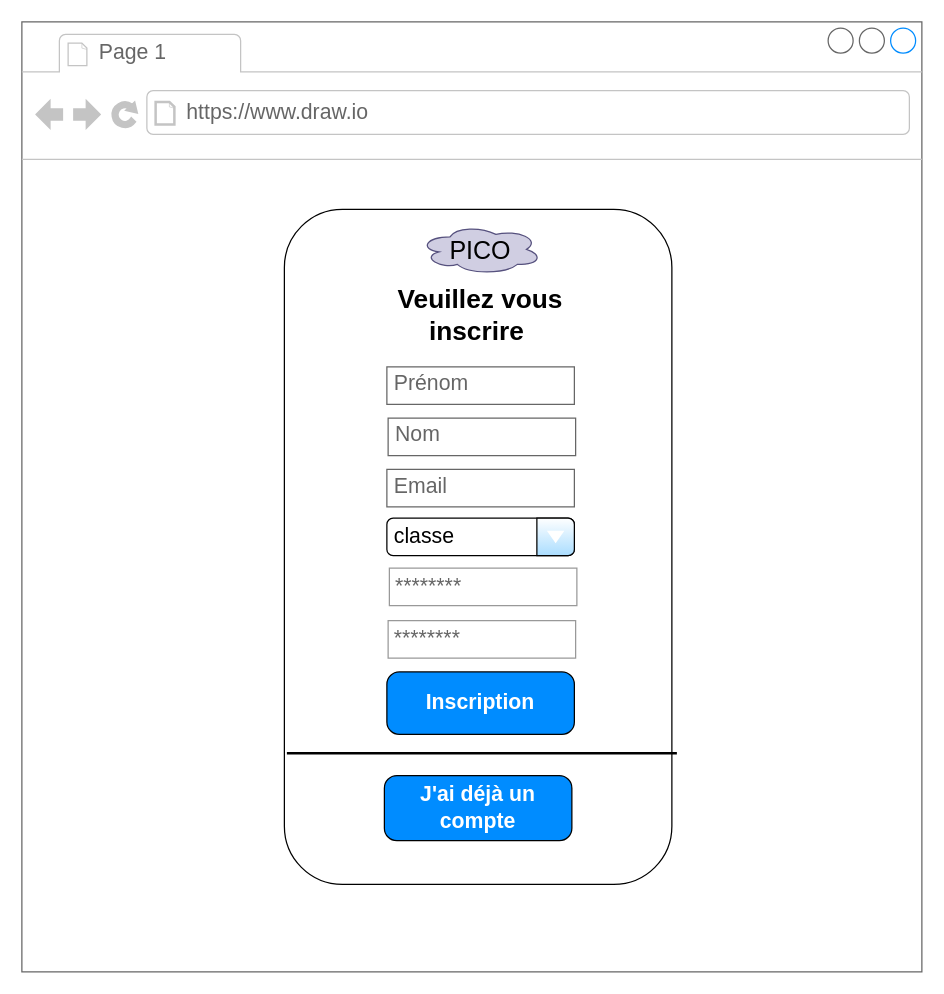
Earlier version of the draw.io diagram page "Page-1" (1 of 2) of document/maquettes_html/register.drawio (fabrice1618/pico). Source tidied: cells renumbered, new cells numbered last; positions are measured from the earlier drawing's top-left corner, leaving out a move shared by most shapes. Both pictures are drawn from the tidied source at 125%, with x=0, y=0 at pixel (21, 21).
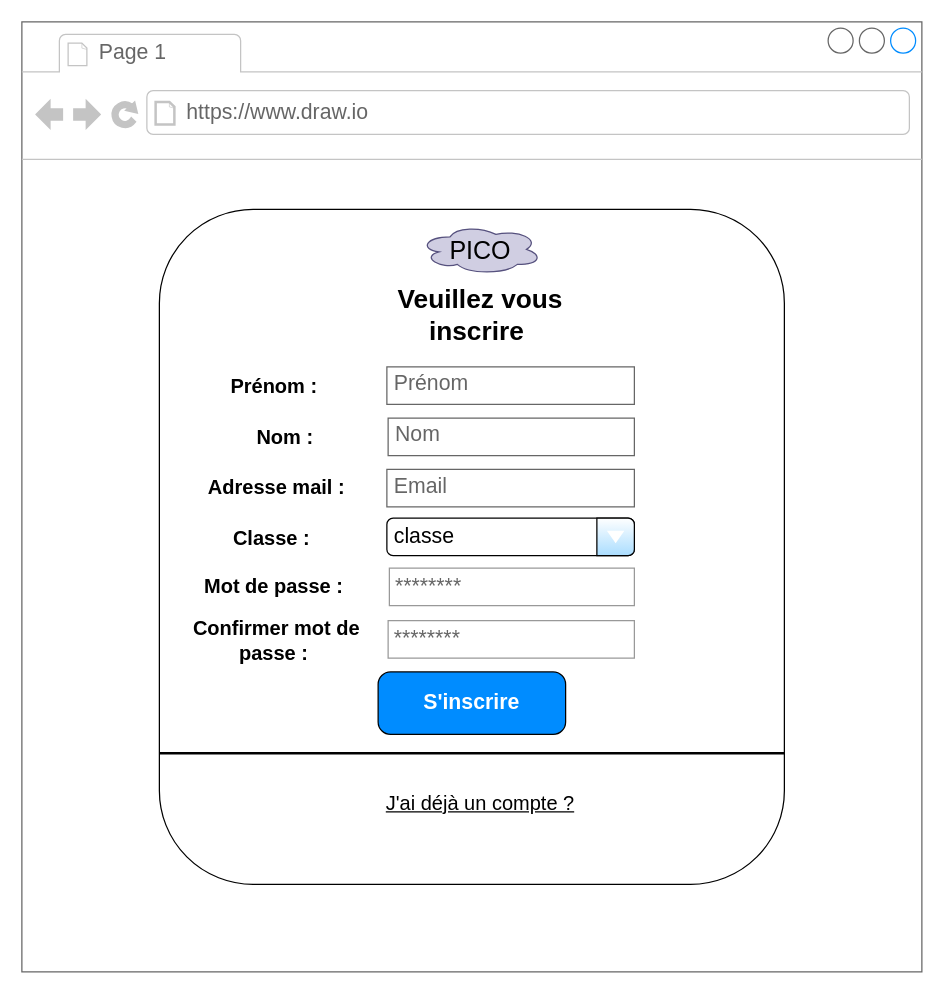
Above is the later version.

What changed in the source:
```diff
@@
     <mxCell id="5" style="rounded=1;whiteSpace=wrap;html=1;" parent="1" vertex="1">
-      <mxGeometry x="210" y="150" width="310" height="540" as="geometry" />
+      <mxGeometry x="110" y="150" width="500" height="540" as="geometry" />
     </mxCell>
     <mxCell id="6" value="classe" style="strokeWidth=1;shadow=0;dashed=0;align=center;html=1;shape=mxgraph.mockup.forms.comboBox;align=left;fillColor2=#aaddff;mainText=;fontSize=17;spacingLeft=3;strokeColor=#000000;fontColor=#000000;labelBackgroundColor=#FFFFFF;labelBorderColor=#FFFFFF;gradientColor=#FFFFFF;" parent="1" vertex="1">
-      <mxGeometry x="292" y="397" width="150" height="30" as="geometry" />
+      <mxGeometry x="292" y="397" width="198" height="30" as="geometry" />
     </mxCell>
     <mxCell id="7" value="Prénom" style="strokeWidth=1;shadow=0;dashed=0;align=center;html=1;shape=mxgraph.mockup.text.textBox;fontColor=#666666;align=left;fontSize=17;spacingLeft=4;spacingTop=-3;whiteSpace=wrap;strokeColor=#666666;mainText=;" parent="1" vertex="1">
-      <mxGeometry x="292" y="276" width="150" height="30" as="geometry" />
+      <mxGeometry x="292" y="276" width="198" height="30" as="geometry" />
     </mxCell>
     <mxCell id="8" value="Nom" style="strokeWidth=1;shadow=0;dashed=0;align=center;html=1;shape=mxgraph.mockup.text.textBox;fontColor=#666666;align=left;fontSize=17;spacingLeft=4;spacingTop=-3;whiteSpace=wrap;strokeColor=#666666;mainText=;" parent="1" vertex="1">
-      <mxGeometry x="293" y="317" width="150" height="30" as="geometry" />
+      <mxGeometry x="293" y="317" width="197" height="30" as="geometry" />
     </mxCell>
     <mxCell id="9" value="********" style="strokeWidth=1;shadow=0;dashed=0;align=center;html=1;shape=mxgraph.mockup.forms.pwField;strokeColor=#999999;mainText=;align=left;fontColor=#666666;fontSize=17;spacingLeft=3;" parent="1" vertex="1">
-      <mxGeometry x="294" y="437" width="150" height="30" as="geometry" />
+      <mxGeometry x="294" y="437" width="196" height="30" as="geometry" />
     </mxCell>
-    <mxCell id="10" value="J'ai déjà un compte" style="strokeWidth=1;shadow=0;dashed=0;align=center;html=1;shape=mxgraph.mockup.buttons.button;mainText=;buttonStyle=round;fontSize=17;fontStyle=1;whiteSpace=wrap;fontColor=#FFFFFF;labelBackgroundColor=none;labelBorderColor=none;fillColor=#008CFF;" parent="1" vertex="1">
-      <mxGeometry x="290" y="603" width="150" height="52" as="geometry" />
-    </mxCell>
@@
-    <mxCell id="12" value="Inscription" style="strokeWidth=1;shadow=0;dashed=0;align=center;html=1;shape=mxgraph.mockup.buttons.button;mainText=;buttonStyle=round;fontSize=17;fontStyle=1;whiteSpace=wrap;fillColor=#008CFF;fontColor=#FFFFFF;" parent="1" vertex="1">
-      <mxGeometry x="292" y="520" width="150" height="50" as="geometry" />
+    <mxCell id="12" value="S'inscrire" style="strokeWidth=1;shadow=0;dashed=0;align=center;html=1;shape=mxgraph.mockup.buttons.button;mainText=;buttonStyle=round;fontSize=17;fontStyle=1;whiteSpace=wrap;fillColor=#008CFF;fontColor=#FFFFFF;" parent="1" vertex="1">
+      <mxGeometry x="285" y="520" width="150" height="50" as="geometry" />
     </mxCell>
@@
     <mxCell id="14" value="Email" style="strokeWidth=1;shadow=0;dashed=0;align=center;html=1;shape=mxgraph.mockup.text.textBox;fontColor=#666666;align=left;fontSize=17;spacingLeft=4;spacingTop=-3;whiteSpace=wrap;strokeColor=#666666;mainText=;" parent="1" vertex="1">
-      <mxGeometry x="292" y="358" width="150" height="30" as="geometry" />
+      <mxGeometry x="292" y="358" width="198" height="30" as="geometry" />
     </mxCell>
     <mxCell id="15" value="********" style="strokeWidth=1;shadow=0;dashed=0;align=center;html=1;shape=mxgraph.mockup.forms.pwField;strokeColor=#999999;mainText=;align=left;fontColor=#666666;fontSize=17;spacingLeft=3;" parent="1" vertex="1">
-      <mxGeometry x="293" y="479" width="150" height="30" as="geometry" />
+      <mxGeometry x="293" y="479" width="197" height="30" as="geometry" />
     </mxCell>
     <mxCell id="16" style="line;strokeWidth=2;html=1;" parent="1" vertex="1">
-      <mxGeometry x="212" y="580" width="312" height="10" as="geometry" />
+      <mxGeometry x="110" y="580" width="500" height="10" as="geometry" />
     </mxCell>
+    <mxCell id="17" value="&lt;u&gt;J'ai déjà un compte ?&lt;/u&gt;" style="text;html=1;strokeColor=none;fillColor=none;align=center;verticalAlign=middle;whiteSpace=wrap;rounded=0;fontSize=16;" parent="1" vertex="1">
+      <mxGeometry x="277" y="610" width="180" height="30" as="geometry" />
+    </mxCell>
+    <mxCell id="18" value="&lt;b&gt;Prénom :&lt;/b&gt;" style="text;html=1;strokeColor=none;fillColor=none;align=center;verticalAlign=middle;whiteSpace=wrap;rounded=0;fontSize=16;" parent="1" vertex="1">
+      <mxGeometry x="112" y="276" width="180" height="30" as="geometry" />
+    </mxCell>
+    <mxCell id="19" value="&lt;b&gt;Nom :&amp;nbsp;&lt;/b&gt;" style="text;html=1;strokeColor=none;fillColor=none;align=center;verticalAlign=middle;whiteSpace=wrap;rounded=0;fontSize=16;" parent="1" vertex="1">
+      <mxGeometry x="123" y="318.5" width="180" height="27" as="geometry" />
+    </mxCell>
+    <mxCell id="20" value="&lt;b&gt;Adresse mail :&lt;/b&gt;" style="text;html=1;strokeColor=none;fillColor=none;align=center;verticalAlign=middle;whiteSpace=wrap;rounded=0;fontSize=16;" parent="1" vertex="1">
+      <mxGeometry x="114" y="358" width="180" height="27" as="geometry" />
+    </mxCell>
+    <mxCell id="21" value="&lt;b&gt;Classe :&lt;/b&gt;" style="text;html=1;strokeColor=none;fillColor=none;align=center;verticalAlign=middle;whiteSpace=wrap;rounded=0;fontSize=16;" parent="1" vertex="1">
+      <mxGeometry x="110" y="399" width="180" height="27" as="geometry" />
+    </mxCell>
+    <mxCell id="22" value="&lt;b&gt;Mot de passe :&amp;nbsp;&lt;/b&gt;" style="text;html=1;strokeColor=none;fillColor=none;align=center;verticalAlign=middle;whiteSpace=wrap;rounded=0;fontSize=16;" parent="1" vertex="1">
+      <mxGeometry x="114" y="437" width="180" height="27" as="geometry" />
+    </mxCell>
+    <mxCell id="23" value="&lt;b&gt;Confirmer mot de passe :&amp;nbsp;&lt;/b&gt;" style="text;html=1;strokeColor=none;fillColor=none;align=center;verticalAlign=middle;whiteSpace=wrap;rounded=0;fontSize=16;" parent="1" vertex="1">
+      <mxGeometry x="114" y="481" width="180" height="27" as="geometry" />
+    </mxCell>
```
